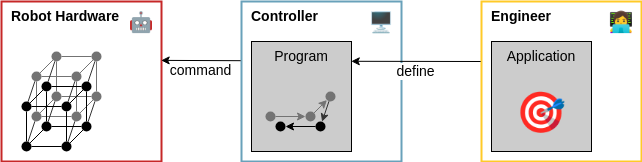
This is docs/posts/ton/imgs/25_05_programming_robots_dim_red.drawio.png from ct2034/hcde, a draw.io export, as it was before one commit. Source tidied: cells renumbered, new cells last; positions are measured from the earlier drawing's top-left corner, leaving out a move shared by most shapes.
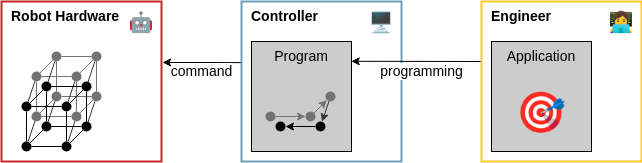
The same diagram one commit later.

Diff of the diagram source:
```diff
@@ -11,10 +11,8 @@
     <mxCell id="4" value="Program" style="whiteSpace=wrap;html=1;fontFamily=Helvetica;fontSize=14;fillColor=#CCCCCC;strokeColor=light-dark(#000000, #9577a3);verticalAlign=top;" parent="1" vertex="1">
       <mxGeometry x="250" y="40" width="100" height="110" as="geometry" />
     </mxCell>
-    <mxCell id="5" value="command" style="edgeStyle=none;html=1;fontFamily=Helvetica;fontSize=14;entryX=0.998;entryY=0.368;entryDx=0;entryDy=0;entryPerimeter=0;exitX=-0.005;exitY=0.37;exitDx=0;exitDy=0;exitPerimeter=0;" parent="1" edge="1" source="3">
-      <mxGeometry y="10" relative="1" as="geometry">
-        <mxPoint x="159.7" y="58.9" as="targetPoint" />
-      </mxGeometry>
+    <mxCell id="5" value="command" style="edgeStyle=none;html=1;fontFamily=Helvetica;fontSize=14;exitX=-0.004;exitY=0.382;exitDx=0;exitDy=0;exitPerimeter=0;entryX=1.007;entryY=0.381;entryDx=0;entryDy=0;entryPerimeter=0;" parent="1" edge="1" source="3" target="2">
+      <mxGeometry x="0.01" y="9" relative="1" as="geometry" />
     </mxCell>
     <mxCell id="6" style="ellipse;whiteSpace=wrap;html=1;fillColor=#737373;strokeColor=none;" parent="1" vertex="1">
       <mxGeometry x="30" y="70" width="10" height="10" as="geometry" />
@@ -211,8 +209,8 @@
     <mxCell id="70" value="🎯" style="text;whiteSpace=wrap;verticalAlign=middle;align=center;fontSize=40;" parent="1" vertex="1">
       <mxGeometry x="490" y="70" width="100" height="80" as="geometry" />
     </mxCell>
-    <mxCell id="71" value="define" style="edgeStyle=none;html=1;fontFamily=Helvetica;fontSize=14;entryX=0.998;entryY=0.18;entryDx=0;entryDy=0;exitX=-0.005;exitY=0.375;exitDx=0;exitDy=0;exitPerimeter=0;entryPerimeter=0;" parent="1" edge="1" source="67" target="4">
-      <mxGeometry y="10" relative="1" as="geometry" />
+    <mxCell id="71" value="programming" style="edgeStyle=none;html=1;fontFamily=Helvetica;fontSize=14;entryX=0.998;entryY=0.18;entryDx=0;entryDy=0;exitX=-0.005;exitY=0.375;exitDx=0;exitDy=0;exitPerimeter=0;entryPerimeter=0;" parent="1" edge="1" source="67" target="4">
+      <mxGeometry x="-0.09" y="10" relative="1" as="geometry" />
     </mxCell>
   </root>
 </mxGraphModel>
```
